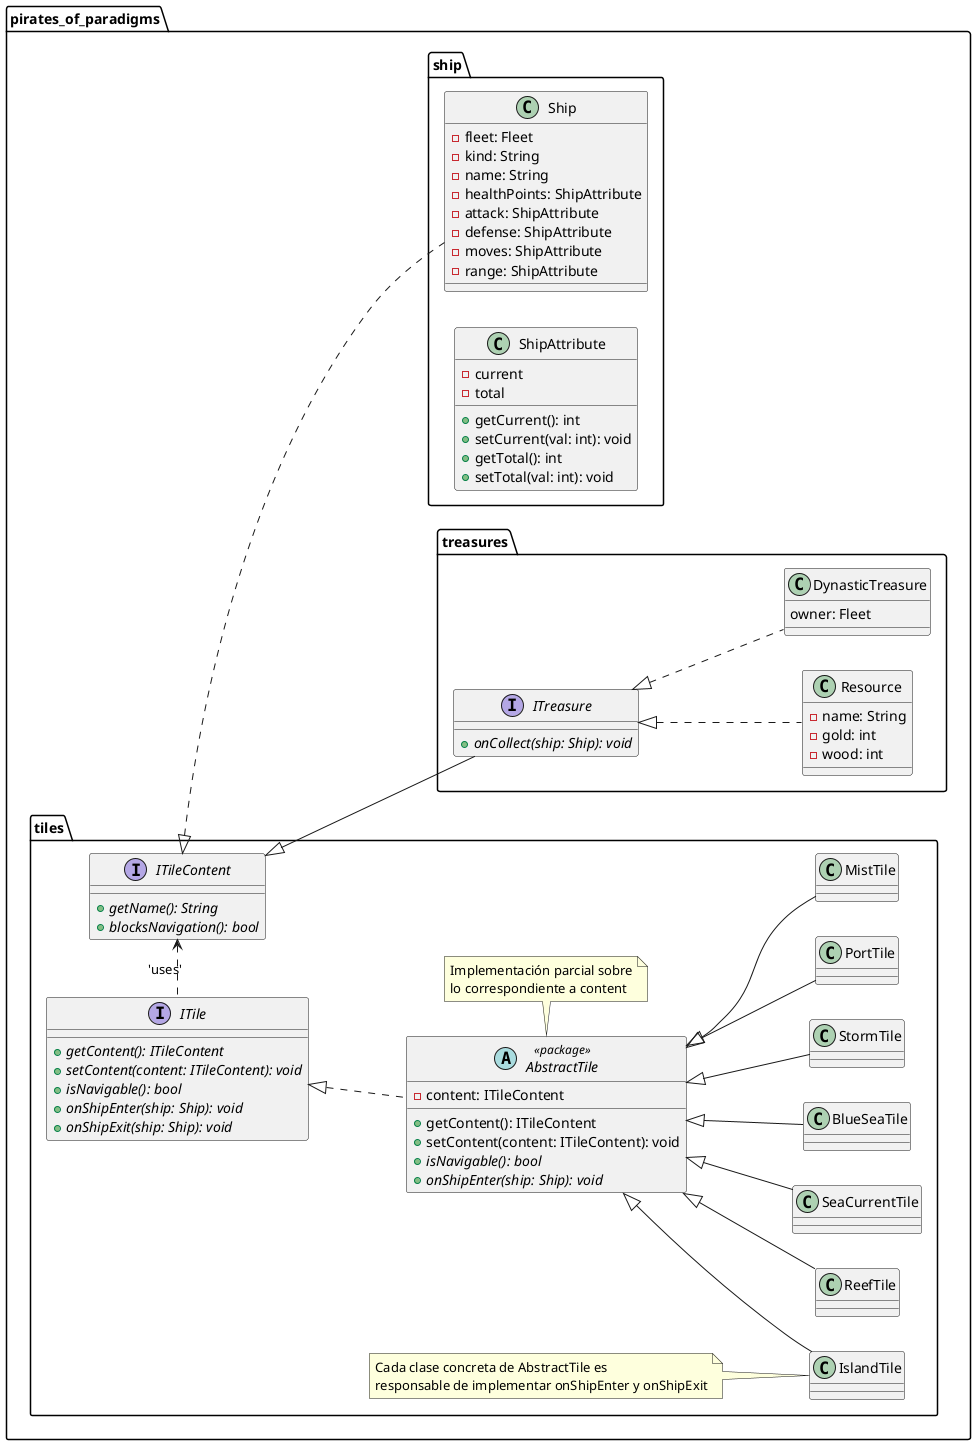
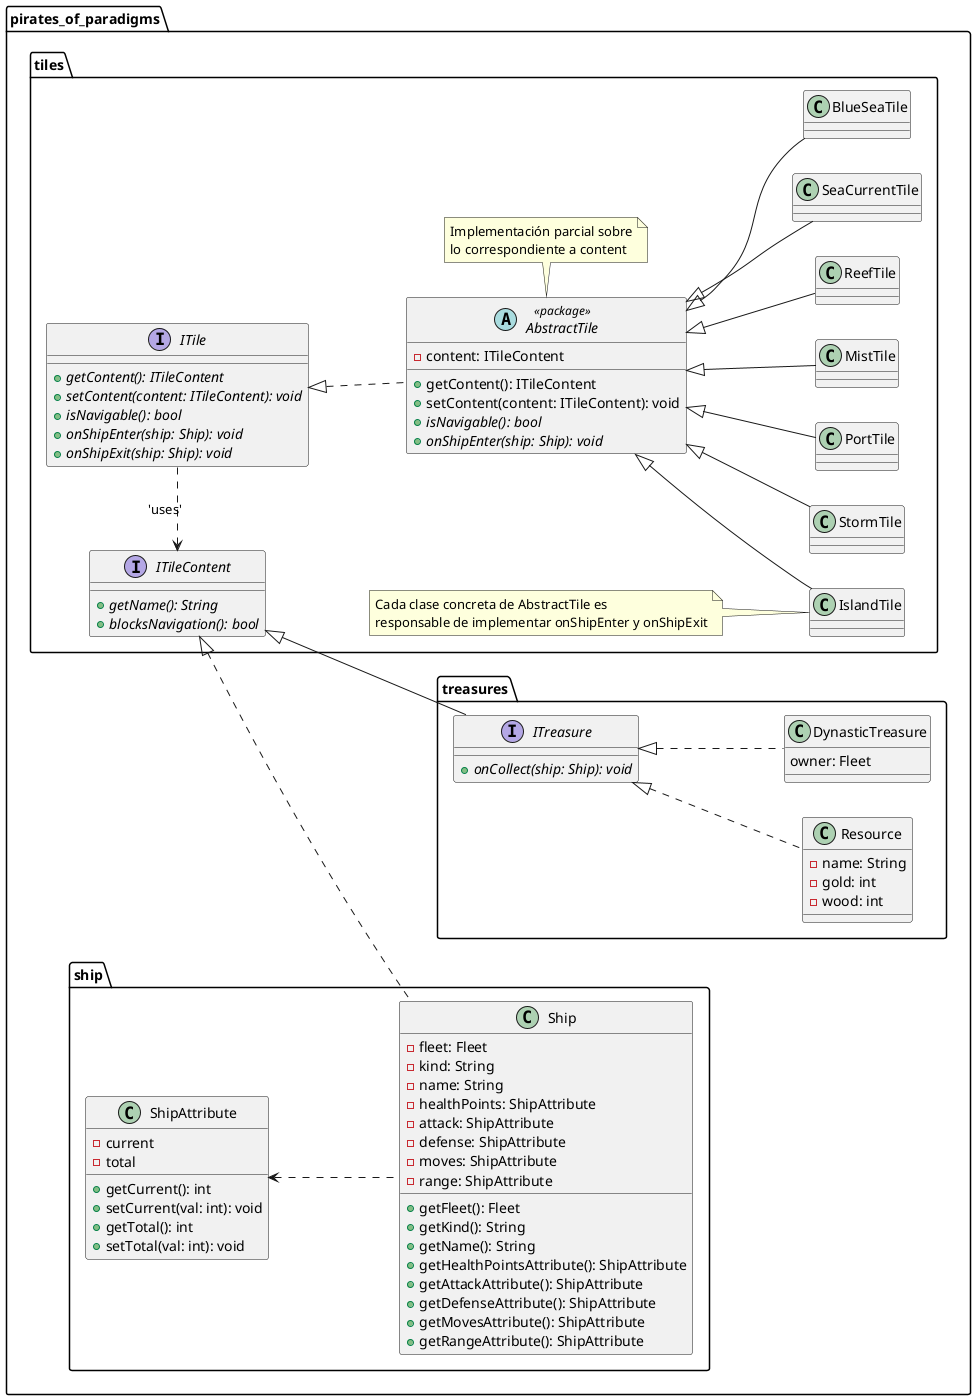
@startuml
left to right direction

package "pirates_of_paradigms" {
    package "tiles" {
        interface ITile
        interface ITileContent
        abstract AbstractTile <<package>> implements ITile
        class BlueSeaTile extends AbstractTile
        class StormTile extends AbstractTile
        class PortTile extends AbstractTile
        class MistTile extends AbstractTile
        class ReefTile extends AbstractTile
        class SeaCurrentTile extends AbstractTile
        class IslandTile extends AbstractTile

        ITileContent <. ITile : 'uses'

        note bottom of AbstractTile : \
        Implementación parcial sobre\nlo correspondiente a content

        note left of IslandTile : \
        Cada clase concreta de AbstractTile es\
        \nresponsable de implementar onShipEnter y onShipExit
    }

    package "treasures" {
        interface ITreasure implements pirates_of_paradigms.tiles.ITileContent
        class Resource implements ITreasure
        class DynasticTreasure implements ITreasure
    }

    package "ship" {
        class Ship implements pirates_of_paradigms.tiles.ITileContent
        class ShipAttribute
+ 
+         ShipAttribute <.. Ship
    }
}

' ################################################################
' Esta sección es para definir miembros y metodos
' ################################################################

interface pirates_of_paradigms.tiles.ITile {
    + {abstract} getContent(): ITileContent
    + {abstract} setContent(content: ITileContent): void
    + {abstract} isNavigable(): bool
    + {abstract} onShipEnter(ship: Ship): void
    + {abstract} onShipExit(ship: Ship): void
}

interface pirates_of_paradigms.tiles.ITileContent {
    + {abstract} getName(): String
    + {abstract} blocksNavigation(): bool
}

abstract pirates_of_paradigms.tiles.AbstractTile {
    - content: ITileContent
    + getContent(): ITileContent
    + setContent(content: ITileContent): void
    + {abstract} isNavigable(): bool
    + {abstract} onShipEnter(ship: Ship): void
}

interface pirates_of_paradigms.treasures.ITreasure {
    + {abstract} onCollect(ship: Ship): void
}

class pirates_of_paradigms.treasures.Resource {
    - name: String
    - gold: int
    - wood: int
}

class pirates_of_paradigms.treasures.DynasticTreasure {
    owner: Fleet
}

class pirates_of_paradigms.ship.Ship {
    - fleet: Fleet
    - kind: String
    - name: String
    - healthPoints: ShipAttribute
    - attack: ShipAttribute
    - defense: ShipAttribute
    - moves: ShipAttribute
    - range: ShipAttribute
+ 
+     + getFleet(): Fleet
+     + getKind(): String
+     + getName(): String
+     + getHealthPointsAttribute(): ShipAttribute
+     + getAttackAttribute(): ShipAttribute
+     + getDefenseAttribute(): ShipAttribute
+     + getMovesAttribute(): ShipAttribute
+     + getRangeAttribute(): ShipAttribute
}

class pirates_of_paradigms.ship.ShipAttribute {
    - current
    - total
    + getCurrent(): int
    + setCurrent(val: int): void
    + getTotal(): int
    + setTotal(val: int): void
}

@enduml